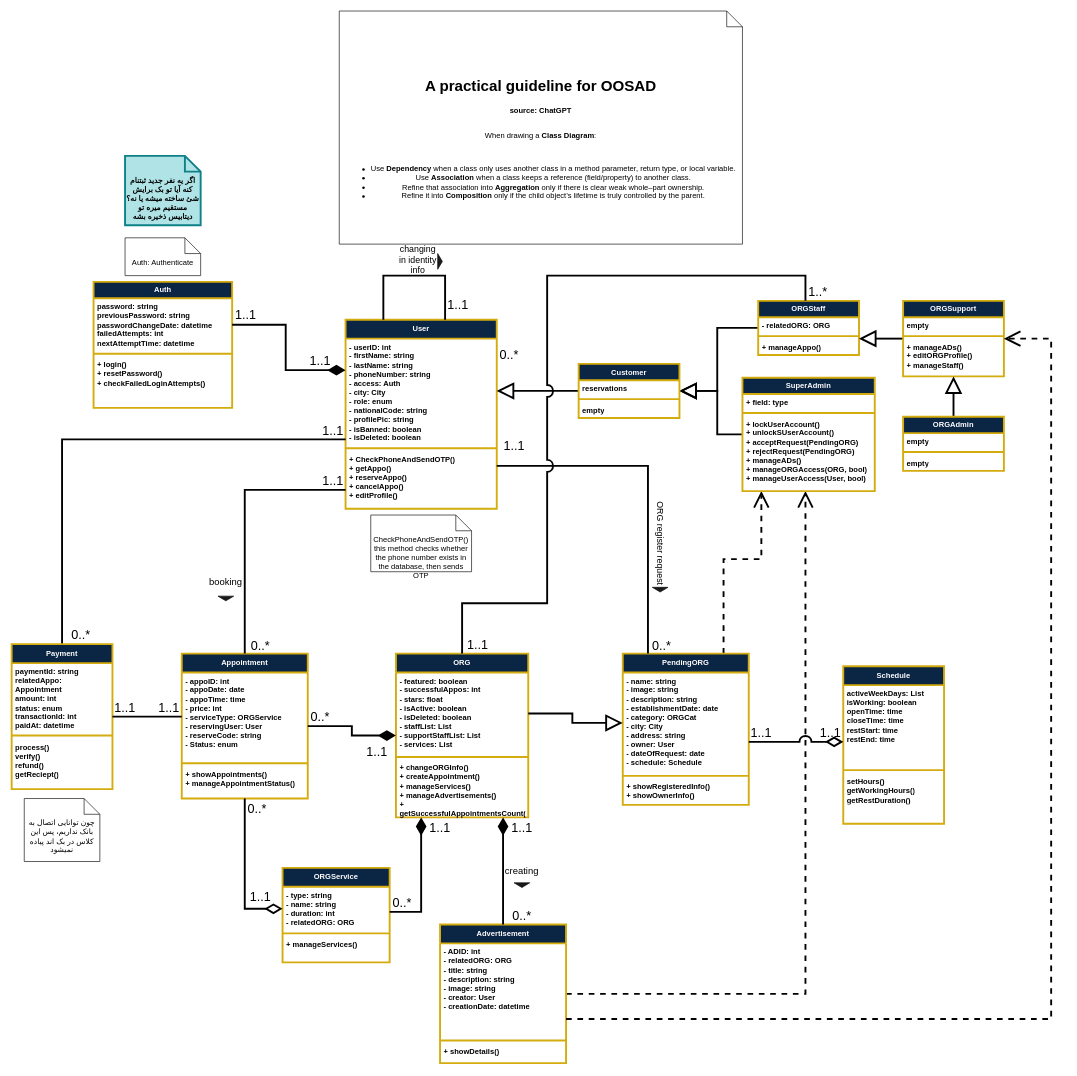
The draw.io diagram Documentation/Analysis/Modeling/Structural Models/Class Diagrams/New CD for back.drawio in TnT74K/Project-SAD, before the edit. Source tidied: cells renumbered, new cells numbered last; positions are measured from the earlier drawing's top-left corner, leaving out a move shared by most shapes. Both pictures are drawn from the tidied source at 63%, with x=0, y=0 at pixel (11, 11).
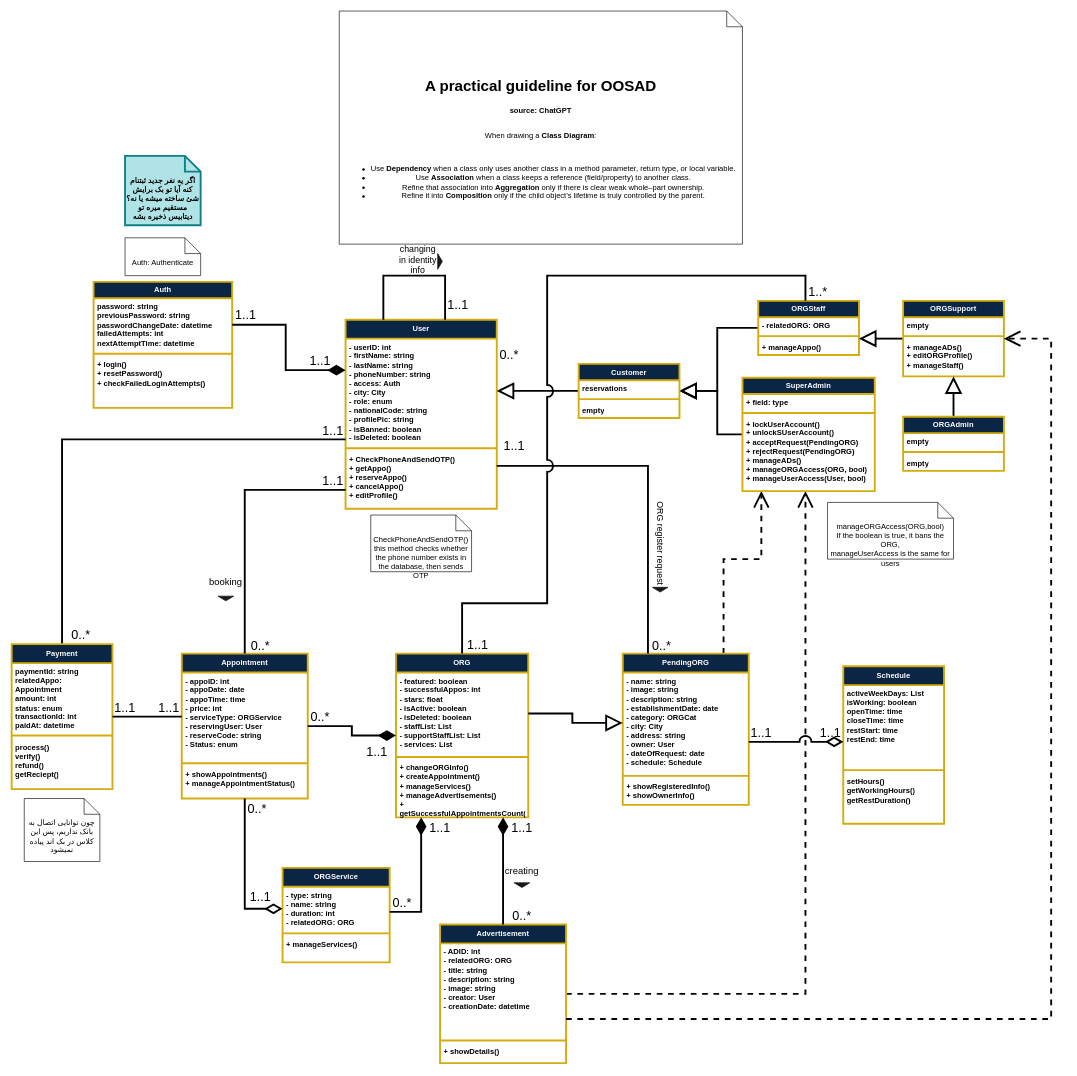
The same page after the edit.

Change to the diagram source:
```diff
@@
+    <mxCell id="116" value="&lt;div&gt;manageORGAccess(ORG,bool)&lt;/div&gt;If the boolean is true, it bans the ORG,&lt;div&gt;manageUserAccess is the same for users&lt;/div&gt;" style="shape=note2;boundedLbl=1;whiteSpace=wrap;html=1;size=25;verticalAlign=top;align=center;fontFamily=zain;" parent="1" vertex="1">
+      <mxGeometry x="1295" y="780" width="200" height="90" as="geometry" />
+    </mxCell>
```
